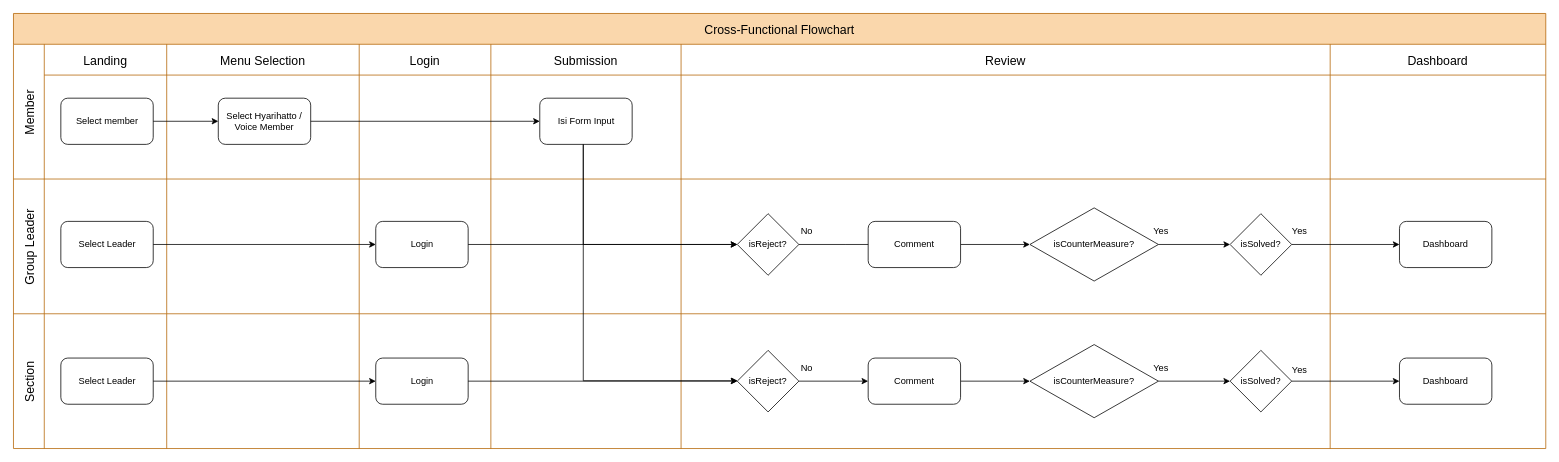
Before: page "Flow" (1 of 2) of sys_design/Flow_ERD.drawio in bagususwanto/think-forward, a draw.io diagram. Source tidied: cells renumbered, new cells numbered last; positions are measured from the earlier drawing's top-left corner, leaving out a move shared by most shapes. Both pictures are drawn from the tidied source at 77%, with x=0, y=0 at pixel (13, 13).
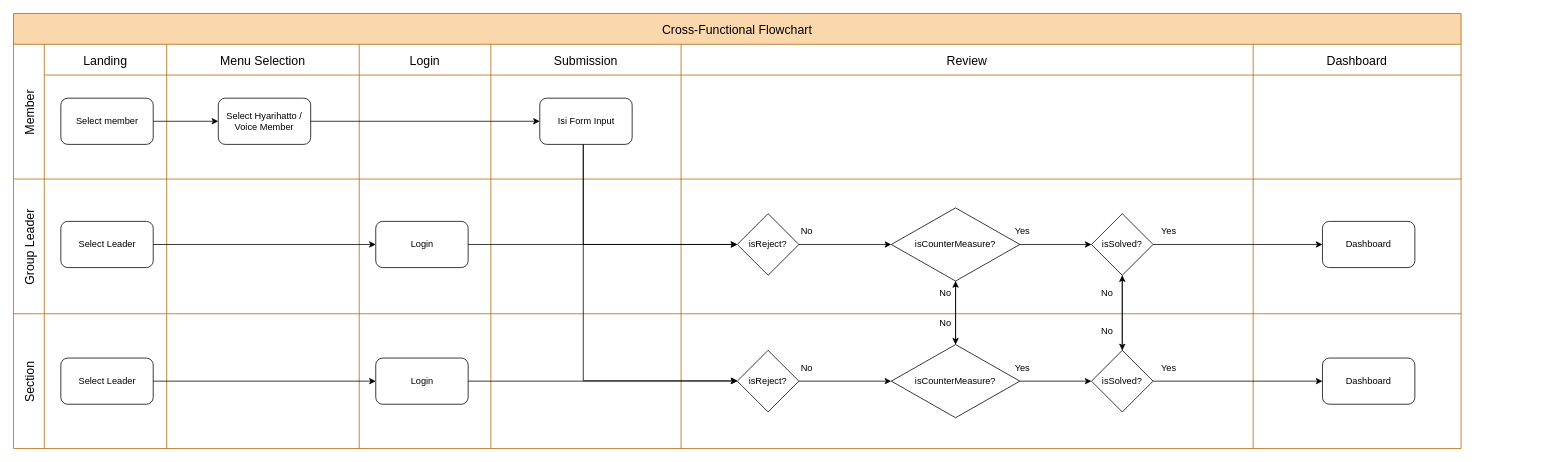
The same diagram, later.

Unchanged cells that the change refers to:
```xml
<mxCell id="24" value="isReject?" style="rhombus;whiteSpace=wrap;html=1;" parent="22" vertex="1">
  <mxGeometry x="73" y="45" width="80" height="80" as="geometry" />
</mxCell>
<mxCell id="45" value="isReject?" style="rhombus;whiteSpace=wrap;html=1;" parent="43" vertex="1">
  <mxGeometry x="73" y="47.5" width="80" height="80" as="geometry" />
</mxCell>
<mxCell id="55" value="Dashboard" style="whiteSpace=wrap;html=1;rounded=1;" parent="54" vertex="1">
  <mxGeometry x="90" y="57.5" width="120" height="60" as="geometry" />
</mxCell>
```

Change to the diagram source:
```diff
@@
     <mxCell id="2" value="Cross-Functional Flowchart" style="shape=table;childLayout=tableLayout;startSize=40;fontSize=16;fillColor=#fad7ac;strokeColor=#b46504;" parent="1" vertex="1">
-      <mxGeometry width="1990" height="565" as="geometry" />
+      <mxGeometry width="1880" height="565" as="geometry" />
     </mxCell>
     <mxCell id="3" value="Member" style="shape=tableRow;horizontal=0;swimlaneHead=0;swimlaneBody=0;top=0;left=0;strokeColor=inherit;bottom=0;right=0;fontStyle=0;fillColor=none;startSize=40;fontSize=16;" parent="2" vertex="1">
-      <mxGeometry y="40" width="1990" height="175" as="geometry" />
+      <mxGeometry y="40" width="1880" height="175" as="geometry" />
     </mxCell>
@@
     <mxCell id="11" value="Review" style="swimlane;swimlaneHead=0;swimlaneBody=0;fontStyle=0;strokeColor=inherit;fillColor=none;startSize=40;fontSize=16;" parent="3" vertex="1">
-      <mxGeometry x="867" width="843" height="175" as="geometry" />
+      <mxGeometry x="867" width="743" height="175" as="geometry" />
     </mxCell>
     <mxCell id="12" value="Dashboard" style="swimlane;swimlaneHead=0;swimlaneBody=0;fontStyle=0;strokeColor=inherit;fillColor=none;startSize=40;fontSize=16;" parent="3" vertex="1">
-      <mxGeometry x="1710" width="280" height="175" as="geometry" />
+      <mxGeometry x="1610" width="270" height="175" as="geometry" />
     </mxCell>
@@
     <mxCell id="15" value="Group Leader" style="shape=tableRow;horizontal=0;swimlaneHead=0;swimlaneBody=0;top=0;left=0;strokeColor=inherit;bottom=0;right=0;fontStyle=0;fillColor=none;startSize=40;fontSize=16;" parent="2" vertex="1">
-      <mxGeometry y="215" width="1990" height="175" as="geometry" />
+      <mxGeometry y="215" width="1880" height="175" as="geometry" />
     </mxCell>
@@
     <mxCell id="22" style="swimlane;swimlaneHead=0;swimlaneBody=0;fontStyle=0;strokeColor=inherit;fillColor=none;startSize=0;fontSize=16;" parent="15" vertex="1">
-      <mxGeometry x="867" width="843" height="175" as="geometry" />
+      <mxGeometry x="867" width="743" height="175" as="geometry" />
     </mxCell>
-    <mxCell id="23" style="edgeStyle=orthogonalEdgeStyle;rounded=0;jettySize=auto;html=1;" parent="22" edge="1" source="24">
-      <mxGeometry relative="1" as="geometry">
-        <mxPoint x="273" y="85" as="targetPoint" />
-      </mxGeometry>
+    <mxCell id="23" style="edgeStyle=orthogonalEdgeStyle;rounded=0;jettySize=auto;html=1;" parent="22" edge="1" source="24" target="28">
+      <mxGeometry relative="1" as="geometry" />
     </mxCell>
@@
-    <mxCell id="25" style="edgeStyle=orthogonalEdgeStyle;rounded=0;jettySize=auto;html=1;" parent="22" edge="1" source="30" target="28">
-      <mxGeometry relative="1" as="geometry" />
-    </mxCell>
+    <mxCell id="63" style="edgeStyle=orthogonalEdgeStyle;rounded=0;jettySize=auto;html=1;" parent="22" edge="1" source="26" target="46">
+      <mxGeometry relative="1" as="geometry" />
+    </mxCell>
     <mxCell id="26" value="isSolved?" style="rhombus;whiteSpace=wrap;html=1;" parent="22" vertex="1">
-      <mxGeometry x="713" y="45" width="80" height="80" as="geometry" />
+      <mxGeometry x="533" y="45" width="80" height="80" as="geometry" />
     </mxCell>
@@
+    <mxCell id="64" style="edgeStyle=orthogonalEdgeStyle;rounded=0;jettySize=auto;html=1;" parent="22" edge="1" source="28" target="49">
+      <mxGeometry relative="1" as="geometry" />
+    </mxCell>
     <mxCell id="28" value="isCounterMeasure?" style="rhombus;whiteSpace=wrap;html=1;" parent="22" vertex="1">
-      <mxGeometry x="453" y="37.5" width="167" height="95" as="geometry" />
+      <mxGeometry x="273" y="37.5" width="167" height="95" as="geometry" />
     </mxCell>
     <mxCell id="29" value="Yes" style="text;html=1;align=center;verticalAlign=middle;strokeColor=none;fillColor=none;" parent="22" vertex="1">
-      <mxGeometry x="603" y="53" width="40" height="30" as="geometry" />
+      <mxGeometry x="423" y="53" width="40" height="30" as="geometry" />
     </mxCell>
-    <mxCell id="30" value="Comment" style="rounded=1;whiteSpace=wrap;html=1;" parent="22" vertex="1">
-      <mxGeometry x="243" y="55" width="120" height="60" as="geometry" />
-    </mxCell>
+    <mxCell id="65" style="edgeStyle=orthogonalEdgeStyle;rounded=0;jettySize=auto;html=1;" parent="22" edge="1" source="46" target="26">
+      <mxGeometry relative="1" as="geometry" />
+    </mxCell>
+    <mxCell id="46" value="isSolved?" style="rhombus;whiteSpace=wrap;html=1;" parent="22" vertex="1">
+      <mxGeometry x="533" y="222.5" width="80" height="80" as="geometry" />
+    </mxCell>
+    <mxCell id="48" style="edgeStyle=orthogonalEdgeStyle;rounded=0;jettySize=auto;html=1;" parent="22" edge="1" source="49" target="46">
+      <mxGeometry relative="1" as="geometry" />
+    </mxCell>
+    <mxCell id="66" style="edgeStyle=orthogonalEdgeStyle;rounded=0;jettySize=auto;html=1;" parent="22" edge="1" source="49" target="28">
+      <mxGeometry relative="1" as="geometry" />
+    </mxCell>
+    <mxCell id="49" value="isCounterMeasure?" style="rhombus;whiteSpace=wrap;html=1;" parent="22" vertex="1">
+      <mxGeometry x="273" y="215" width="167" height="95" as="geometry" />
+    </mxCell>
+    <mxCell id="51" value="Yes" style="text;html=1;align=center;verticalAlign=middle;strokeColor=none;fillColor=none;" parent="22" vertex="1">
+      <mxGeometry x="423" y="230.5" width="40" height="30" as="geometry" />
+    </mxCell>
+    <mxCell id="62" value="Yes" style="text;html=1;align=center;verticalAlign=middle;strokeColor=none;fillColor=none;" parent="22" vertex="1">
+      <mxGeometry x="613" y="53" width="40" height="30" as="geometry" />
+    </mxCell>
     <mxCell id="31" style="swimlane;swimlaneHead=0;swimlaneBody=0;fontStyle=0;strokeColor=inherit;fillColor=none;startSize=0;fontSize=16;" parent="15" vertex="1">
-      <mxGeometry x="1710" width="280" height="175" as="geometry" />
+      <mxGeometry x="1610" width="270" height="175" as="geometry" />
     </mxCell>
@@
     <mxCell id="36" value="Section" style="shape=tableRow;horizontal=0;swimlaneHead=0;swimlaneBody=0;top=0;left=0;strokeColor=inherit;bottom=0;right=0;fontStyle=0;fillColor=none;startSize=40;fontSize=16;" parent="2" vertex="1">
-      <mxGeometry y="390" width="1990" height="175" as="geometry" />
+      <mxGeometry y="390" width="1880" height="175" as="geometry" />
     </mxCell>
@@
     <mxCell id="43" style="swimlane;swimlaneHead=0;swimlaneBody=0;fontStyle=0;strokeColor=inherit;fillColor=none;startSize=0;fontSize=16;" parent="36" vertex="1">
-      <mxGeometry x="867" width="843" height="175" as="geometry" />
+      <mxGeometry x="867" width="743" height="175" as="geometry" />
     </mxCell>
-    <mxCell id="44" style="edgeStyle=orthogonalEdgeStyle;rounded=0;jettySize=auto;html=1;" parent="43" edge="1" source="52" target="49">
-      <mxGeometry relative="1" as="geometry" />
-    </mxCell>
@@
-    <mxCell id="46" value="isSolved?" style="rhombus;whiteSpace=wrap;html=1;" parent="43" vertex="1">
-      <mxGeometry x="713" y="47.5" width="80" height="80" as="geometry" />
-    </mxCell>
     <mxCell id="47" value="Yes" style="text;html=1;align=center;verticalAlign=middle;strokeColor=none;fillColor=none;" parent="43" vertex="1">
-      <mxGeometry x="783" y="57.5" width="40" height="30" as="geometry" />
+      <mxGeometry x="613" y="55.5" width="40" height="30" as="geometry" />
     </mxCell>
-    <mxCell id="48" style="edgeStyle=orthogonalEdgeStyle;rounded=0;jettySize=auto;html=1;" parent="43" edge="1" source="49" target="46">
-      <mxGeometry relative="1" as="geometry" />
-    </mxCell>
-    <mxCell id="49" value="isCounterMeasure?" style="rhombus;whiteSpace=wrap;html=1;" parent="43" vertex="1">
-      <mxGeometry x="453" y="40" width="167" height="95" as="geometry" />
-    </mxCell>
@@
-    <mxCell id="51" value="Yes" style="text;html=1;align=center;verticalAlign=middle;strokeColor=none;fillColor=none;" parent="43" vertex="1">
-      <mxGeometry x="603" y="55.5" width="40" height="30" as="geometry" />
-    </mxCell>
-    <mxCell id="52" value="Comment" style="rounded=1;whiteSpace=wrap;html=1;" parent="43" vertex="1">
-      <mxGeometry x="243" y="57.5" width="120" height="60" as="geometry" />
-    </mxCell>
-    <mxCell id="53" style="edgeStyle=orthogonalEdgeStyle;rounded=0;jettySize=auto;html=1;" parent="43" edge="1" source="45" target="52">
-      <mxGeometry relative="1" as="geometry" />
-    </mxCell>
     <mxCell id="54" style="swimlane;swimlaneHead=0;swimlaneBody=0;fontStyle=0;strokeColor=inherit;fillColor=none;startSize=0;fontSize=16;" parent="36" vertex="1">
-      <mxGeometry x="1710" width="280" height="175" as="geometry" />
+      <mxGeometry x="1610" width="270" height="175" as="geometry" />
     </mxCell>
@@
-    <mxCell id="58" style="edgeStyle=orthogonalEdgeStyle;rounded=0;jettySize=auto;html=1;" parent="36" edge="1" source="46" target="55">
-      <mxGeometry relative="1" as="geometry" />
-    </mxCell>
@@
+    <mxCell id="58" style="edgeStyle=orthogonalEdgeStyle;rounded=0;jettySize=auto;html=1;" parent="2" edge="1" source="46" target="55">
+      <mxGeometry relative="1" as="geometry" />
+    </mxCell>
+    <mxCell id="53" style="edgeStyle=orthogonalEdgeStyle;rounded=0;jettySize=auto;html=1;" parent="2" edge="1" source="45" target="49">
+      <mxGeometry relative="1" as="geometry" />
+    </mxCell>
@@
-    <mxCell id="62" value="Yes" style="text;html=1;align=center;verticalAlign=middle;strokeColor=none;fillColor=none;" parent="1" vertex="1">
-      <mxGeometry x="1650" y="268" width="40" height="30" as="geometry" />
-    </mxCell>
+    <mxCell id="67" value="No" style="text;html=1;align=center;verticalAlign=middle;strokeColor=none;fillColor=none;" parent="1" vertex="1">
+      <mxGeometry x="1190" y="348" width="40" height="30" as="geometry" />
+    </mxCell>
+    <mxCell id="68" value="No" style="text;html=1;align=center;verticalAlign=middle;strokeColor=none;fillColor=none;" parent="1" vertex="1">
+      <mxGeometry x="1190" y="388" width="40" height="30" as="geometry" />
+    </mxCell>
+    <mxCell id="69" value="No" style="text;html=1;align=center;verticalAlign=middle;strokeColor=none;fillColor=none;" parent="1" vertex="1">
+      <mxGeometry x="1400" y="348" width="40" height="30" as="geometry" />
+    </mxCell>
+    <mxCell id="70" value="No" style="text;html=1;align=center;verticalAlign=middle;strokeColor=none;fillColor=none;" parent="1" vertex="1">
+      <mxGeometry x="1400" y="398" width="40" height="30" as="geometry" />
+    </mxCell>
```
